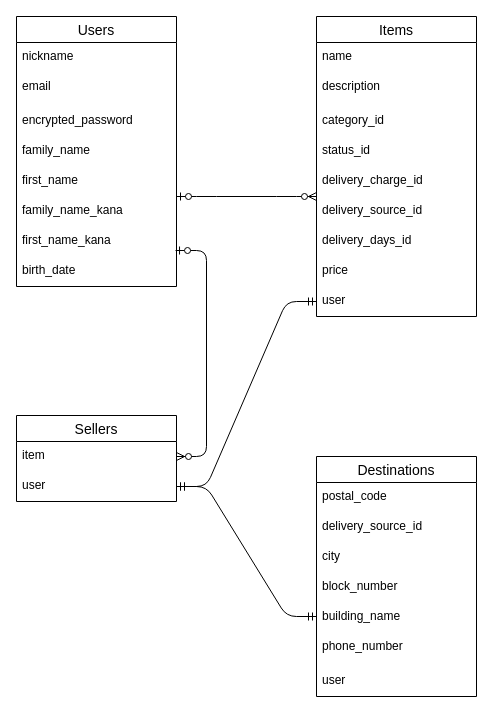
Earlier version of the draw.io diagram table.dio (tachaos/furima-36491). Source tidied: cells renumbered, new cells numbered last; positions are measured from the earlier drawing's top-left corner, leaving out a move shared by most shapes. Both pictures are drawn from the tidied source at 100%, with x=0, y=0 at pixel (16, 16).
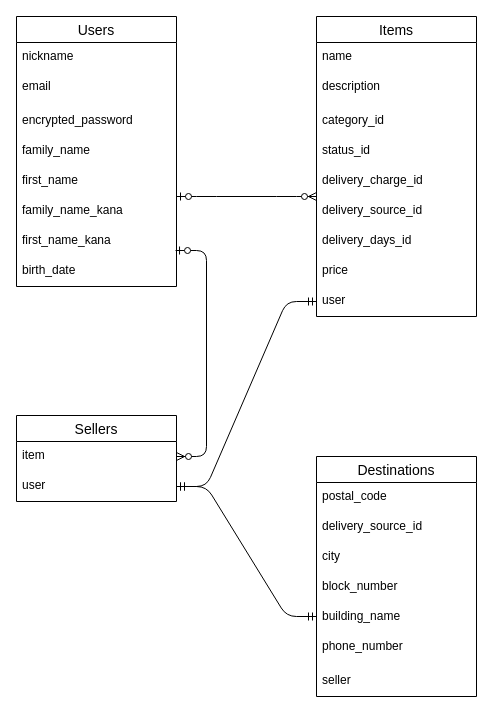
Above is the later version.

Commit message (it also covers changes not shown here):
カラム名修正

The change refers to these unchanged cells:
```xml
<mxCell id="26" value="Destinations" style="swimlane;fontStyle=0;horizontal=1;startSize=26;align=center;fontSize=14;" parent="1" vertex="1">
  <mxGeometry x="300" y="440" width="160" height="240" as="geometry" />
</mxCell>
```

What changed in the source:
```diff
@@
-    <mxCell id="33" value="user" style="text;strokeColor=none;fillColor=none;spacingLeft=4;spacingRight=4;overflow=hidden;fontSize=12;" parent="26" vertex="1">
+    <mxCell id="33" value="seller" style="text;strokeColor=none;fillColor=none;spacingLeft=4;spacingRight=4;overflow=hidden;fontSize=12;" parent="26" vertex="1">
       <mxGeometry y="210" width="160" height="30" as="geometry" />
     </mxCell>
```
